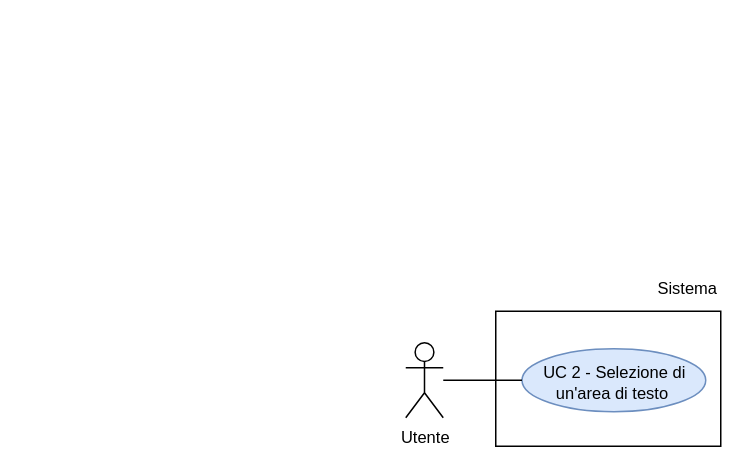
Earlier version of the draw.io diagram RTB/doc_esterna/analisi-dei-requisiti/assets/draw.io/UC2.drawio (thebitless-group-swe/thebitless.github.io). Source tidied: cells renumbered, new cells numbered last; positions are measured from the earlier drawing's top-left corner, leaving out a move shared by most shapes. Both pictures are drawn from the tidied source at 150%, with x=0, y=0 at pixel (405, 266).
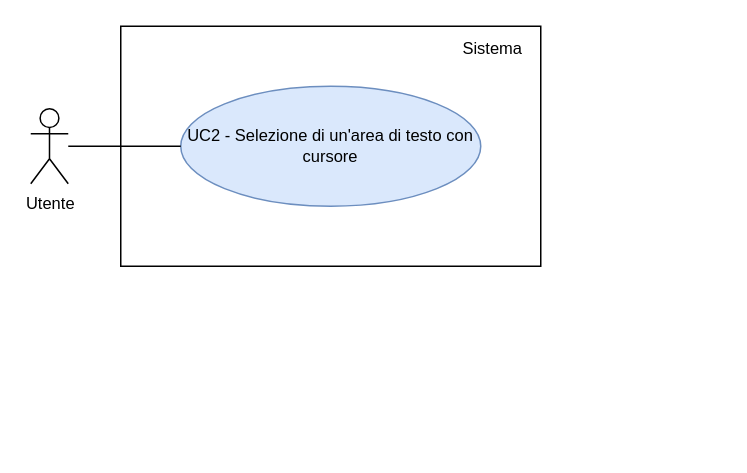
The same diagram, later.

The edit, as a diff of the source:
```diff
@@
 <mxGraphModel>
   <root>
     <mxCell id="0" />
     <mxCell id="1" parent="0" />
     <mxCell id="2" value="Utente" style="shape=umlActor;verticalLabelPosition=bottom;verticalAlign=top;html=1;outlineConnect=0;fontSize=11;" parent="1" vertex="1">
-      <mxGeometry y="51" width="25" height="50" as="geometry" />
+      <mxGeometry x="-250" y="-105" width="25" height="50" as="geometry" />
     </mxCell>
-    <mxCell id="3" style="rounded=0;whiteSpace=wrap;html=1;strokeWidth=1;" parent="1" vertex="1">
-      <mxGeometry x="60" y="30" width="150" height="90" as="geometry" />
-    </mxCell>
+    <mxCell id="8" style="rounded=0;whiteSpace=wrap;html=1;strokeWidth=1;" parent="1" vertex="1">
+      <mxGeometry x="-190" y="-160" width="280" height="160" as="geometry" />
+    </mxCell>
     <mxCell id="4" value="Sistema" style="text;html=1;whiteSpace=wrap;strokeColor=none;fillColor=none;align=right;verticalAlign=middle;fontSize=11;" parent="1" vertex="1">
-      <mxGeometry x="150" width="60" height="30" as="geometry" />
+      <mxGeometry x="10" y="-155" width="70" height="20" as="geometry" />
     </mxCell>
-    <mxCell id="5" value="UC 2 - Selezione di un'area di testo&amp;nbsp;" style="ellipse;whiteSpace=wrap;html=1;fillColor=#dae8fc;strokeColor=#6c8ebf;fontSize=11;convertToSvg=1;svgWhiteSpace=wrap;labelBorderColor=none;labelBackgroundColor=none;spacingBottom=-4;" parent="1" vertex="1">
-      <mxGeometry x="77.5" y="55" width="122.5" height="42" as="geometry" />
-    </mxCell>
-    <mxCell id="6" style="edgeStyle=none;rounded=0;jettySize=auto;html=1;endArrow=none;endFill=0;" parent="1" edge="1" source="2" target="5">
-      <mxGeometry relative="1" as="geometry" />
-    </mxCell>
-    <mxCell id="7" style="edgeStyle=orthogonalEdgeStyle;rounded=0;orthogonalLoop=1;jettySize=auto;html=1;exitX=0.5;exitY=1;exitDx=0;exitDy=0;" parent="1" edge="1" source="4" target="4">
-      <mxGeometry relative="1" as="geometry" />
-    </mxCell>
+    <mxCell id="9" value="UC2 - Selezione di un'area di testo con cursore" style="ellipse;whiteSpace=wrap;html=1;fillColor=#dae8fc;strokeColor=#6c8ebf;fontSize=11;" parent="1" vertex="1">
+      <mxGeometry x="-150" y="-120" width="200" height="80" as="geometry" />
+    </mxCell>
+    <mxCell id="10" style="edgeStyle=none;rounded=0;jettySize=auto;html=1;endArrow=none;endFill=0;" parent="1" edge="1" source="2" target="9">
+      <mxGeometry relative="1" as="geometry" />
+    </mxCell>
   </root>
 </mxGraphModel>
```
